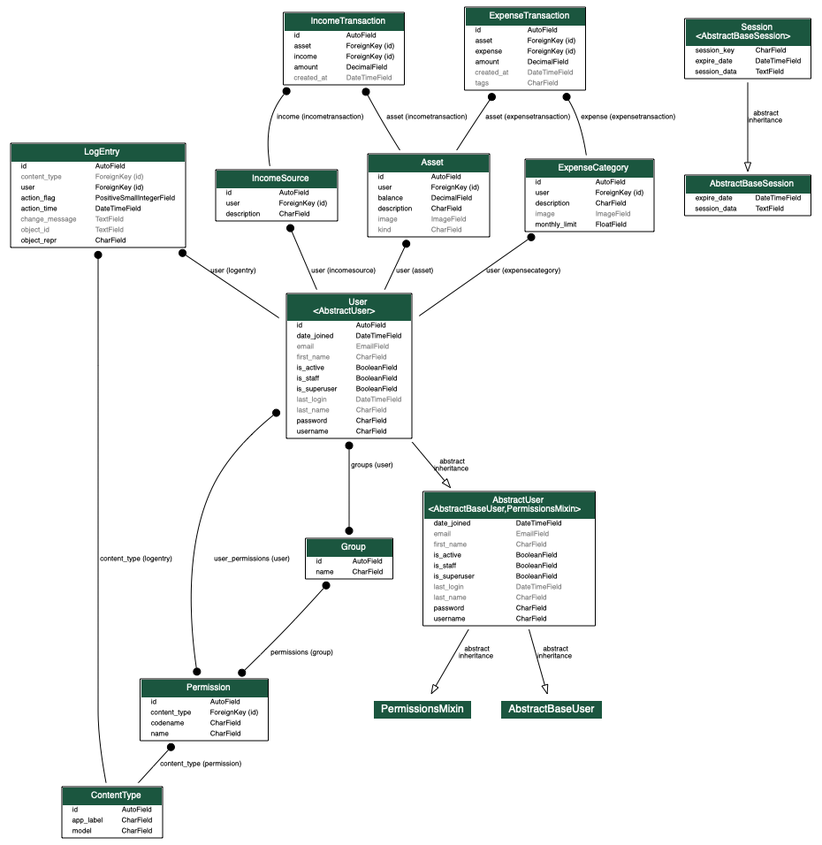
Above: models.png in ezhk/finance (Graphviz), before the change. Its source is kept beside it as models.dot.
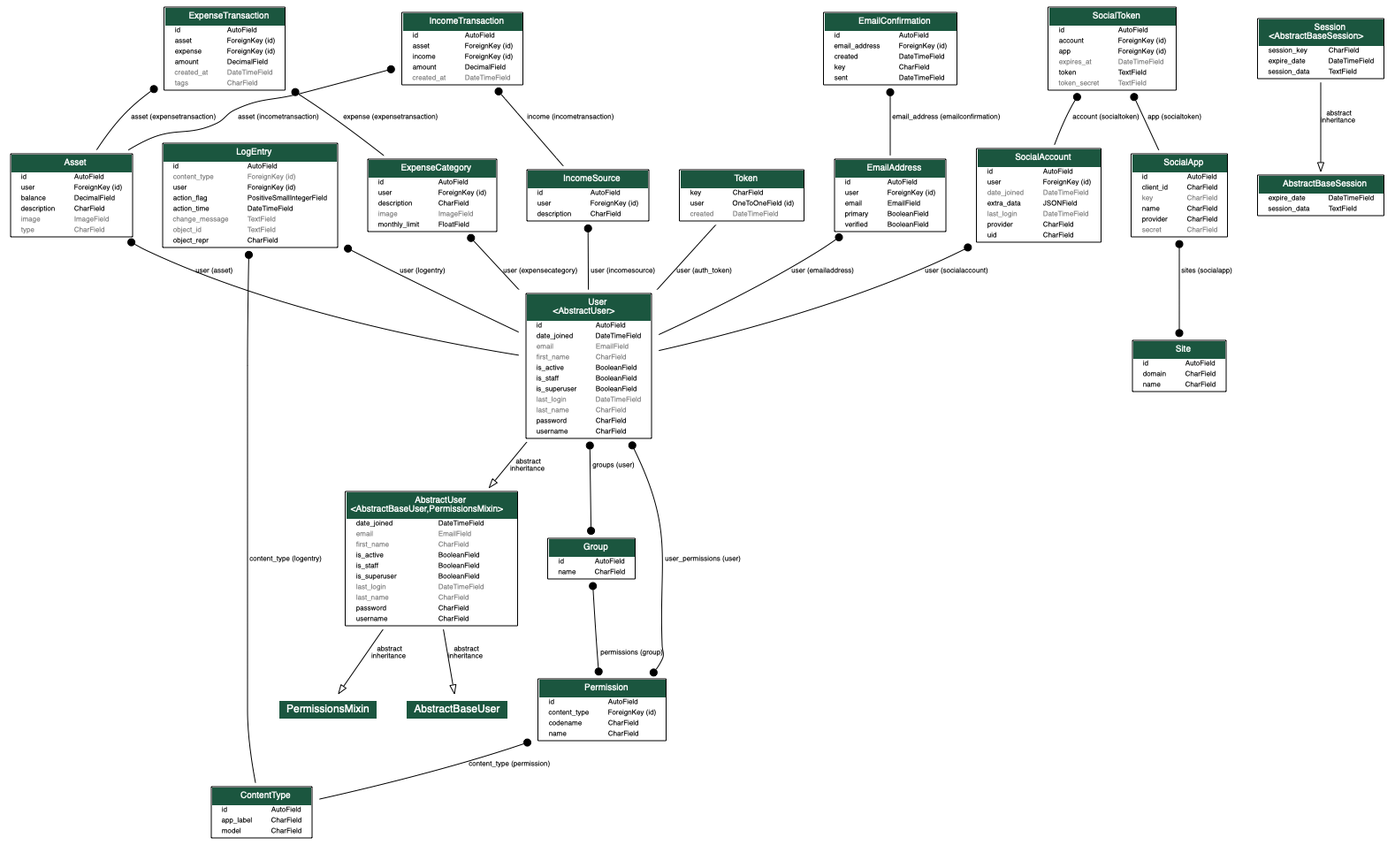
Later version of the same file.

What changed in the source:
```diff
@@ -453,6 +453,368 @@
 
 
 
+  allauth_socialaccount_models_SocialApp [label=<
+    <TABLE BGCOLOR="white" BORDER="1" CELLBORDER="0" CELLSPACING="0">
+    <TR><TD COLSPAN="2" CELLPADDING="5" ALIGN="CENTER" BGCOLOR="#1b563f">
+    <FONT FACE="Roboto" COLOR="white" POINT-SIZE="10"><B>
+    SocialApp
+    </B></FONT></TD></TR>
+
+
+    <TR><TD ALIGN="LEFT" BORDER="0">
+    <FONT FACE="Roboto"><B>id</B></FONT>
+    </TD><TD ALIGN="LEFT">
+    <FONT FACE="Roboto"><B>AutoField</B></FONT>
+    </TD></TR>
+
+
+
+    <TR><TD ALIGN="LEFT" BORDER="0">
+    <FONT FACE="Roboto">client_id</FONT>
+    </TD><TD ALIGN="LEFT">
+    <FONT FACE="Roboto">CharField</FONT>
+    </TD></TR>
+
+
+
+    <TR><TD ALIGN="LEFT" BORDER="0">
+    <FONT COLOR="#7B7B7B" FACE="Roboto">key</FONT>
+    </TD><TD ALIGN="LEFT">
+    <FONT COLOR="#7B7B7B" FACE="Roboto">CharField</FONT>
+    </TD></TR>
+
+
+
+    <TR><TD ALIGN="LEFT" BORDER="0">
+    <FONT FACE="Roboto">name</FONT>
+    </TD><TD ALIGN="LEFT">
+    <FONT FACE="Roboto">CharField</FONT>
+    </TD></TR>
+
+
+
+    <TR><TD ALIGN="LEFT" BORDER="0">
+    <FONT FACE="Roboto">provider</FONT>
+    </TD><TD ALIGN="LEFT">
+    <FONT FACE="Roboto">CharField</FONT>
+    </TD></TR>
+
+
+
+    <TR><TD ALIGN="LEFT" BORDER="0">
+    <FONT COLOR="#7B7B7B" FACE="Roboto">secret</FONT>
+    </TD><TD ALIGN="LEFT">
+    <FONT COLOR="#7B7B7B" FACE="Roboto">CharField</FONT>
+    </TD></TR>
+
+
+    </TABLE>
+    >]
+
+  allauth_socialaccount_models_SocialAccount [label=<
+    <TABLE BGCOLOR="white" BORDER="1" CELLBORDER="0" CELLSPACING="0">
+    <TR><TD COLSPAN="2" CELLPADDING="5" ALIGN="CENTER" BGCOLOR="#1b563f">
+    <FONT FACE="Roboto" COLOR="white" POINT-SIZE="10"><B>
+    SocialAccount
+    </B></FONT></TD></TR>
+
+
+    <TR><TD ALIGN="LEFT" BORDER="0">
+    <FONT FACE="Roboto"><B>id</B></FONT>
+    </TD><TD ALIGN="LEFT">
+    <FONT FACE="Roboto"><B>AutoField</B></FONT>
+    </TD></TR>
+
+
+
+    <TR><TD ALIGN="LEFT" BORDER="0">
+    <FONT FACE="Roboto"><B>user</B></FONT>
+    </TD><TD ALIGN="LEFT">
+    <FONT FACE="Roboto"><B>ForeignKey (id)</B></FONT>
+    </TD></TR>
+
+
+
+    <TR><TD ALIGN="LEFT" BORDER="0">
+    <FONT COLOR="#7B7B7B" FACE="Roboto">date_joined</FONT>
+    </TD><TD ALIGN="LEFT">
+    <FONT COLOR="#7B7B7B" FACE="Roboto">DateTimeField</FONT>
+    </TD></TR>
+
+
+
+    <TR><TD ALIGN="LEFT" BORDER="0">
+    <FONT FACE="Roboto">extra_data</FONT>
+    </TD><TD ALIGN="LEFT">
+    <FONT FACE="Roboto">JSONField</FONT>
+    </TD></TR>
+
+
+
+    <TR><TD ALIGN="LEFT" BORDER="0">
+    <FONT COLOR="#7B7B7B" FACE="Roboto">last_login</FONT>
+    </TD><TD ALIGN="LEFT">
+    <FONT COLOR="#7B7B7B" FACE="Roboto">DateTimeField</FONT>
+    </TD></TR>
+
+
+
+    <TR><TD ALIGN="LEFT" BORDER="0">
+    <FONT FACE="Roboto">provider</FONT>
+    </TD><TD ALIGN="LEFT">
+    <FONT FACE="Roboto">CharField</FONT>
+    </TD></TR>
+
+
+
+    <TR><TD ALIGN="LEFT" BORDER="0">
+    <FONT FACE="Roboto">uid</FONT>
+    </TD><TD ALIGN="LEFT">
+    <FONT FACE="Roboto">CharField</FONT>
+    </TD></TR>
+
+
+    </TABLE>
+    >]
+
+  allauth_socialaccount_models_SocialToken [label=<
+    <TABLE BGCOLOR="white" BORDER="1" CELLBORDER="0" CELLSPACING="0">
+    <TR><TD COLSPAN="2" CELLPADDING="5" ALIGN="CENTER" BGCOLOR="#1b563f">
+    <FONT FACE="Roboto" COLOR="white" POINT-SIZE="10"><B>
+    SocialToken
+    </B></FONT></TD></TR>
+
+
+    <TR><TD ALIGN="LEFT" BORDER="0">
+    <FONT FACE="Roboto"><B>id</B></FONT>
+    </TD><TD ALIGN="LEFT">
+    <FONT FACE="Roboto"><B>AutoField</B></FONT>
+    </TD></TR>
+
+
+
+    <TR><TD ALIGN="LEFT" BORDER="0">
+    <FONT FACE="Roboto"><B>account</B></FONT>
+    </TD><TD ALIGN="LEFT">
+    <FONT FACE="Roboto"><B>ForeignKey (id)</B></FONT>
+    </TD></TR>
+
+
+
+    <TR><TD ALIGN="LEFT" BORDER="0">
+    <FONT FACE="Roboto"><B>app</B></FONT>
+    </TD><TD ALIGN="LEFT">
+    <FONT FACE="Roboto"><B>ForeignKey (id)</B></FONT>
+    </TD></TR>
+
+
+
+    <TR><TD ALIGN="LEFT" BORDER="0">
+    <FONT COLOR="#7B7B7B" FACE="Roboto">expires_at</FONT>
+    </TD><TD ALIGN="LEFT">
+    <FONT COLOR="#7B7B7B" FACE="Roboto">DateTimeField</FONT>
+    </TD></TR>
+
+
+
+    <TR><TD ALIGN="LEFT" BORDER="0">
+    <FONT FACE="Roboto">token</FONT>
+    </TD><TD ALIGN="LEFT">
+    <FONT FACE="Roboto">TextField</FONT>
+    </TD></TR>
+
+
+
+    <TR><TD ALIGN="LEFT" BORDER="0">
+    <FONT COLOR="#7B7B7B" FACE="Roboto">token_secret</FONT>
+    </TD><TD ALIGN="LEFT">
+    <FONT COLOR="#7B7B7B" FACE="Roboto">TextField</FONT>
+    </TD></TR>
+
+
+    </TABLE>
+    >]
+
+
+
+
+  allauth_account_models_EmailAddress [label=<
+    <TABLE BGCOLOR="white" BORDER="1" CELLBORDER="0" CELLSPACING="0">
+    <TR><TD COLSPAN="2" CELLPADDING="5" ALIGN="CENTER" BGCOLOR="#1b563f">
+    <FONT FACE="Roboto" COLOR="white" POINT-SIZE="10"><B>
+    EmailAddress
+    </B></FONT></TD></TR>
+
+
+    <TR><TD ALIGN="LEFT" BORDER="0">
+    <FONT FACE="Roboto"><B>id</B></FONT>
+    </TD><TD ALIGN="LEFT">
+    <FONT FACE="Roboto"><B>AutoField</B></FONT>
+    </TD></TR>
+
+
+
+    <TR><TD ALIGN="LEFT" BORDER="0">
+    <FONT FACE="Roboto"><B>user</B></FONT>
+    </TD><TD ALIGN="LEFT">
+    <FONT FACE="Roboto"><B>ForeignKey (id)</B></FONT>
+    </TD></TR>
+
+
+
+    <TR><TD ALIGN="LEFT" BORDER="0">
+    <FONT FACE="Roboto">email</FONT>
+    </TD><TD ALIGN="LEFT">
+    <FONT FACE="Roboto">EmailField</FONT>
+    </TD></TR>
+
+
+
+    <TR><TD ALIGN="LEFT" BORDER="0">
+    <FONT FACE="Roboto">primary</FONT>
+    </TD><TD ALIGN="LEFT">
+    <FONT FACE="Roboto">BooleanField</FONT>
+    </TD></TR>
+
+
+
+    <TR><TD ALIGN="LEFT" BORDER="0">
+    <FONT FACE="Roboto">verified</FONT>
+    </TD><TD ALIGN="LEFT">
+    <FONT FACE="Roboto">BooleanField</FONT>
+    </TD></TR>
+
+
+    </TABLE>
+    >]
+
+  allauth_account_models_EmailConfirmation [label=<
+    <TABLE BGCOLOR="white" BORDER="1" CELLBORDER="0" CELLSPACING="0">
+    <TR><TD COLSPAN="2" CELLPADDING="5" ALIGN="CENTER" BGCOLOR="#1b563f">
+    <FONT FACE="Roboto" COLOR="white" POINT-SIZE="10"><B>
+    EmailConfirmation
+    </B></FONT></TD></TR>
+
+
+    <TR><TD ALIGN="LEFT" BORDER="0">
+    <FONT FACE="Roboto"><B>id</B></FONT>
+    </TD><TD ALIGN="LEFT">
+    <FONT FACE="Roboto"><B>AutoField</B></FONT>
+    </TD></TR>
+
+
+
+    <TR><TD ALIGN="LEFT" BORDER="0">
+    <FONT FACE="Roboto"><B>email_address</B></FONT>
+    </TD><TD ALIGN="LEFT">
+    <FONT FACE="Roboto"><B>ForeignKey (id)</B></FONT>
+    </TD></TR>
+
+
+
+    <TR><TD ALIGN="LEFT" BORDER="0">
+    <FONT FACE="Roboto">created</FONT>
+    </TD><TD ALIGN="LEFT">
+    <FONT FACE="Roboto">DateTimeField</FONT>
+    </TD></TR>
+
+
+
+    <TR><TD ALIGN="LEFT" BORDER="0">
+    <FONT FACE="Roboto">key</FONT>
+    </TD><TD ALIGN="LEFT">
+    <FONT FACE="Roboto">CharField</FONT>
+    </TD></TR>
+
+
+
+    <TR><TD ALIGN="LEFT" BORDER="0">
+    <FONT FACE="Roboto">sent</FONT>
+    </TD><TD ALIGN="LEFT">
+    <FONT FACE="Roboto">DateTimeField</FONT>
+    </TD></TR>
+
+
+    </TABLE>
+    >]
+
+
+
+
+  django_contrib_sites_models_Site [label=<
+    <TABLE BGCOLOR="white" BORDER="1" CELLBORDER="0" CELLSPACING="0">
+    <TR><TD COLSPAN="2" CELLPADDING="5" ALIGN="CENTER" BGCOLOR="#1b563f">
+    <FONT FACE="Roboto" COLOR="white" POINT-SIZE="10"><B>
+    Site
+    </B></FONT></TD></TR>
+
+
+    <TR><TD ALIGN="LEFT" BORDER="0">
+    <FONT FACE="Roboto"><B>id</B></FONT>
+    </TD><TD ALIGN="LEFT">
+    <FONT FACE="Roboto"><B>AutoField</B></FONT>
+    </TD></TR>
+
+
+
+    <TR><TD ALIGN="LEFT" BORDER="0">
+    <FONT FACE="Roboto">domain</FONT>
+    </TD><TD ALIGN="LEFT">
+    <FONT FACE="Roboto">CharField</FONT>
+    </TD></TR>
+
+
+
+    <TR><TD ALIGN="LEFT" BORDER="0">
+    <FONT FACE="Roboto">name</FONT>
+    </TD><TD ALIGN="LEFT">
+    <FONT FACE="Roboto">CharField</FONT>
+    </TD></TR>
+
+
+    </TABLE>
+    >]
+
+
+
+
+  rest_framework_authtoken_models_Token [label=<
+    <TABLE BGCOLOR="white" BORDER="1" CELLBORDER="0" CELLSPACING="0">
+    <TR><TD COLSPAN="2" CELLPADDING="5" ALIGN="CENTER" BGCOLOR="#1b563f">
+    <FONT FACE="Roboto" COLOR="white" POINT-SIZE="10"><B>
+    Token
+    </B></FONT></TD></TR>
+
+
+    <TR><TD ALIGN="LEFT" BORDER="0">
+    <FONT FACE="Roboto"><B>key</B></FONT>
+    </TD><TD ALIGN="LEFT">
+    <FONT FACE="Roboto"><B>CharField</B></FONT>
+    </TD></TR>
+
+
+
+    <TR><TD ALIGN="LEFT" BORDER="0">
+    <FONT FACE="Roboto"><B>user</B></FONT>
+    </TD><TD ALIGN="LEFT">
+    <FONT FACE="Roboto"><B>OneToOneField (id)</B></FONT>
+    </TD></TR>
+
+
+
+    <TR><TD ALIGN="LEFT" BORDER="0">
+    <FONT COLOR="#7B7B7B" FACE="Roboto">created</FONT>
+    </TD><TD ALIGN="LEFT">
+    <FONT COLOR="#7B7B7B" FACE="Roboto">DateTimeField</FONT>
+    </TD></TR>
+
+
+    </TABLE>
+    >]
+
+
+
+
   main_models_IncomeSource [label=<
     <TABLE BGCOLOR="white" BORDER="1" CELLBORDER="0" CELLSPACING="0">
     <TR><TD COLSPAN="2" CELLPADDING="5" ALIGN="CENTER" BGCOLOR="#1b563f">
@@ -536,7 +898,7 @@
 
 
     <TR><TD ALIGN="LEFT" BORDER="0">
-    <FONT COLOR="#7B7B7B" FACE="Roboto">kind</FONT>
+    <FONT COLOR="#7B7B7B" FACE="Roboto">type</FONT>
     </TD><TD ALIGN="LEFT">
     <FONT COLOR="#7B7B7B" FACE="Roboto">CharField</FONT>
     </TD></TR>
@@ -753,6 +1115,31 @@
   [label=" abstract\ninheritance"] [arrowhead=empty, arrowtail=none, dir=both];
 
 
+  allauth_socialaccount_models_SocialApp -> django_contrib_sites_models_Site
+  [label=" sites (socialapp)"] [arrowhead=dot arrowtail=dot, dir=both];
+
+  allauth_socialaccount_models_SocialAccount -> django_contrib_auth_models_User
+  [label=" user (socialaccount)"] [arrowhead=none, arrowtail=dot, dir=both];
+
+  allauth_socialaccount_models_SocialToken -> allauth_socialaccount_models_SocialApp
+  [label=" app (socialtoken)"] [arrowhead=none, arrowtail=dot, dir=both];
+
+  allauth_socialaccount_models_SocialToken -> allauth_socialaccount_models_SocialAccount
+  [label=" account (socialtoken)"] [arrowhead=none, arrowtail=dot, dir=both];
+
+
+  allauth_account_models_EmailAddress -> django_contrib_auth_models_User
+  [label=" user (emailaddress)"] [arrowhead=none, arrowtail=dot, dir=both];
+
+  allauth_account_models_EmailConfirmation -> allauth_account_models_EmailAddress
+  [label=" email_address (emailconfirmation)"] [arrowhead=none, arrowtail=dot, dir=both];
+
+
+
+  rest_framework_authtoken_models_Token -> django_contrib_auth_models_User
+  [label=" user (auth_token)"] [arrowhead=none, arrowtail=none, dir=both];
+
+
   main_models_IncomeSource -> django_contrib_auth_models_User
   [label=" user (incomesource)"] [arrowhead=none, arrowtail=dot, dir=both];
 
@@ -762,12 +1149,12 @@
   main_models_ExpenseCategory -> django_contrib_auth_models_User
   [label=" user (expensecategory)"] [arrowhead=none, arrowtail=dot, dir=both];
 
+  main_models_IncomeTransaction -> main_models_Asset
+  [label=" asset (incometransaction)"] [arrowhead=none, arrowtail=dot, dir=both];
+
   main_models_IncomeTransaction -> main_models_IncomeSource
   [label=" income (incometransaction)"] [arrowhead=none, arrowtail=dot, dir=both];
 
-  main_models_IncomeTransaction -> main_models_Asset
-  [label=" asset (incometransaction)"] [arrowhead=none, arrowtail=dot, dir=both];
-
   main_models_ExpenseTransaction -> main_models_Asset
   [label=" asset (expensetransaction)"] [arrowhead=none, arrowtail=dot, dir=both];
 
```
